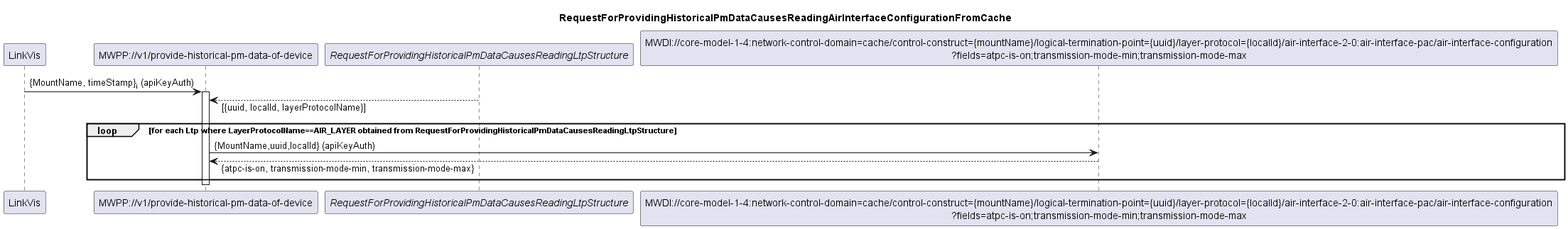
Before: spec/diagrams/003_ReadingAirInterfaceConfigurationFromCache.png, a diagram exported from PlantUML (openBackhaul/MicroWavePerformanceProxy).
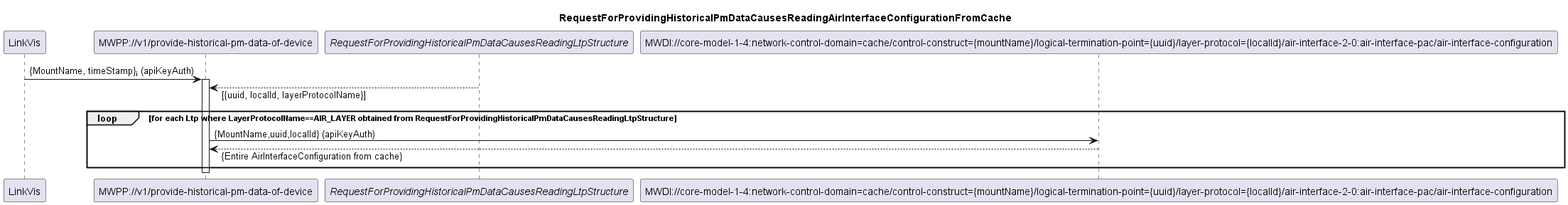
The same file after the commit.

Commit message:
Remove fieldsFilter from AirInterfaceConfig request

Diff of the diagram source:
```diff
@@ -8,7 +8,7 @@
 participant "LinkVis" as LinkVis
 participant "MWPP://v1/provide-historical-pm-data-of-device" as MWPP
 participant "<i>RequestForProvidingHistoricalPmDataCausesReadingLtpStructure</i>" as LTPs
-participant "MWDI://core-model-1-4:network-control-domain=cache/control-construct={mountName}/logical-termination-point={uuid}/layer-protocol={localId}/air-interface-2-0:air-interface-pac/air-interface-configuration\n?fields=atpc-is-on;transmission-mode-min;transmission-mode-max" as AirInterfaceConfig
+participant "MWDI://core-model-1-4:network-control-domain=cache/control-construct={mountName}/logical-termination-point={uuid}/layer-protocol={localId}/air-interface-2-0:air-interface-pac/air-interface-configuration" as AirInterfaceConfig
 
 LinkVis -> MWPP: {MountName, timeStamp}<sub>i</sub> (apiKeyAuth)
 activate MWPP
@@ -16,7 +16,7 @@
 
 loop for each Ltp where LayerProtocolName==AIR_LAYER obtained from RequestForProvidingHistoricalPmDataCausesReadingLtpStructure
     MWPP -> AirInterfaceConfig: {MountName,uuid,localId} (apiKeyAuth)
-    AirInterfaceConfig --> MWPP: {atpc-is-on, transmission-mode-min, transmission-mode-max}
+    AirInterfaceConfig --> MWPP: {Entire AirInterfaceConfiguration from cache}
 end
 deactivate MWPP
 
```
